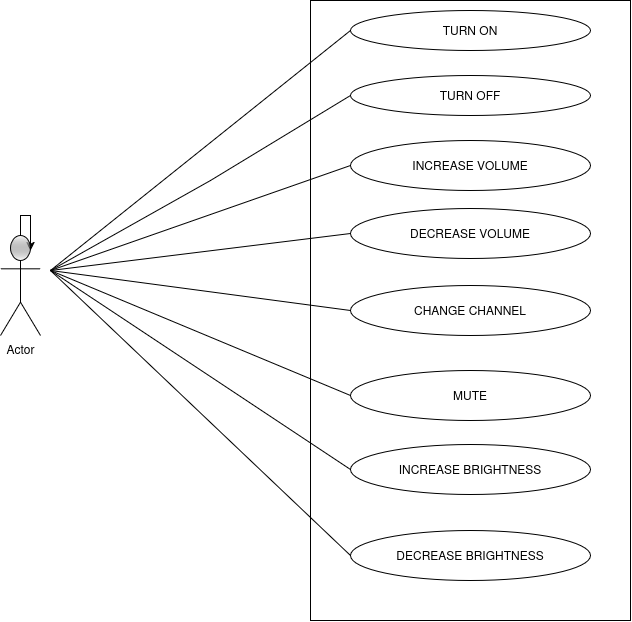
The draw.io diagram Television/Use case Diagram.drawio.png in davidseunoso-ops/Idea-Projects, before a commit. Source tidied: cells renumbered, new cells last; positions are measured from the earlier drawing's top-left corner, leaving out a move shared by most shapes.
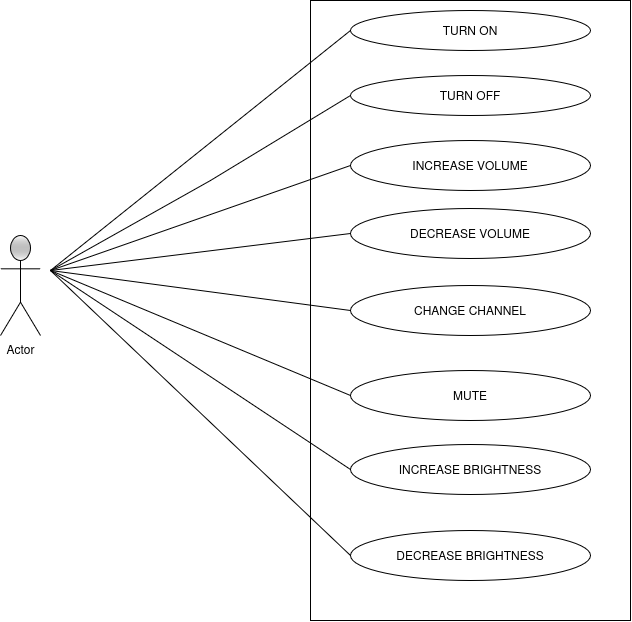
Above is the later version.

Change to the diagram source:
```diff
@@ -5,11 +5,6 @@
     <mxCell id="2" style="rounded=0;whiteSpace=wrap;html=1;fillColor=light-dark(#FFFFFF,#009900);" parent="1" vertex="1">
       <mxGeometry x="310" width="320" height="620" as="geometry" />
     </mxCell>
-    <mxCell id="3" style="edgeStyle=orthogonalEdgeStyle;rounded=0;jettySize=auto;html=1;defaultLabelBackgroundColor=page;labelPadding=0 4;" parent="1" edge="1" source="4">
-      <mxGeometry relative="1" as="geometry">
-        <mxPoint x="30" y="250" as="targetPoint" />
-      </mxGeometry>
-    </mxCell>
     <mxCell id="4" value="Actor" style="shape=umlActor;verticalLabelPosition=bottom;verticalAlign=top;html=1;outlineConnect=0;labelPerimeter=1;fillColor=light-dark(#FFFFFF,#CC6600);gradientColor=light-dark(transparent,#33FF33);" parent="1" vertex="1">
       <mxGeometry y="235" width="40" height="100" as="geometry" />
     </mxCell>
```
